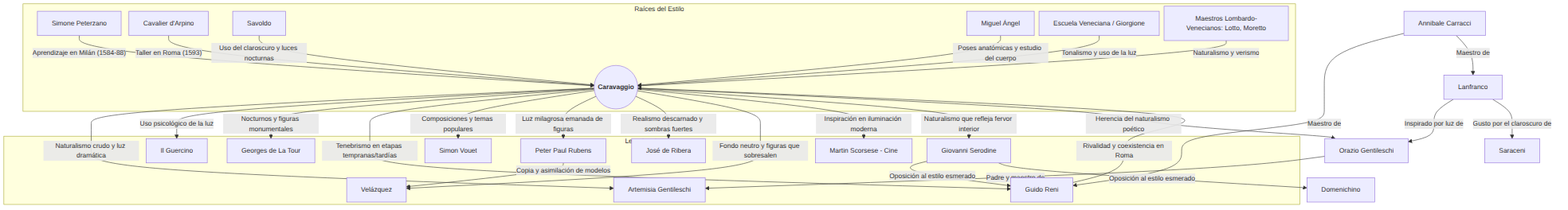
Earlier version of the Mermaid export caravaggio.png (JJ/barroco-sources). Its source is kept beside it as caravaggio.mmd.
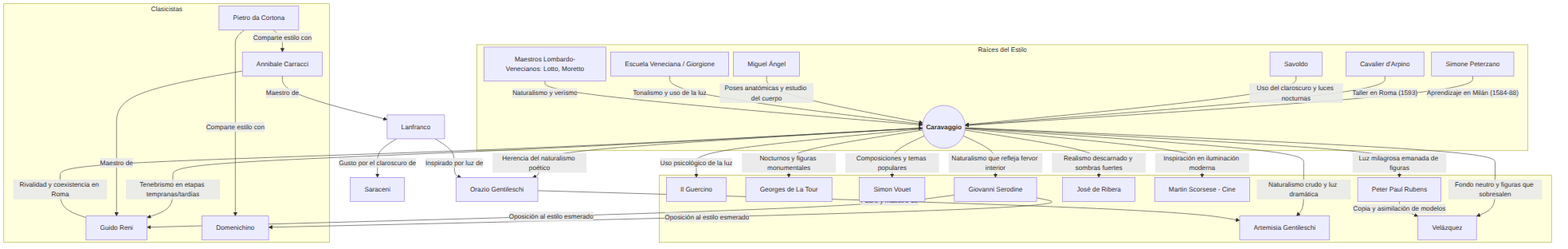
After the commit.

Commit message:
Creando subgrafo

The edit, as a diff of the source:
```diff
@@ -8,13 +8,20 @@
         N_Italia[Maestros Lombardo-Venecianos: Lotto, Moretto] -- "Naturalismo y verismo" --> C
     end
 
+    subgraph Clasicistas
+        Reni[Guido Reni]
+        Carracci[Annibale Carracci]
+        Domenichino
+        Cortona[Pietro da Cortona]
+    end
+
     C((<b>Caravaggio</b>))
 
     subgraph Caravaggistas_y_Seguidores [Legado e Impacto]
         C -- "Naturalismo crudo y luz dramática" --> Artemisia[Artemisia Gentileschi]
         C -- "Uso psicológico de la luz" --> Guercino[Il Guercino]
         C -- "Nocturnos y figuras monumentales" --> LaTour[Georges de La Tour]
-        C -- "Tenebrismo en etapas tempranas/tardías" --> Reni[Guido Reni]
+        C -- "Tenebrismo en etapas tempranas/tardías" --> Reni
         C -- "Composiciones y temas populares" --> Vouet[Simon Vouet]
         C -- "Luz milagrosa emanada de figuras" --> Rubens[Peter Paul Rubens]
         C -- "Realismo descarnado y sombras fuertes" --> Ribera[José de Ribera]
@@ -25,7 +32,7 @@
 
     Orazio[Orazio Gentileschi] -- "Padre y maestro de" --> Artemisia
     C -- "Herencia del naturalismo poético" --> Orazio
-    Carracci[Annibale Carracci] -- "Maestro de" --> Reni
+    Carracci -- "Maestro de" --> Reni
     Carracci -- "Maestro de" --> Lanfranco[Lanfranco]
     Reni -- "Rivalidad y coexistencia en Roma" --> C
     Lanfranco -- "Inspirado por luz de" --> Orazio
@@ -33,3 +40,5 @@
     Rubens -- "Copia y asimilación de modelos" --> Velazquez
     Serodine -- "Oposición al estilo esmerado" --> Reni
     Serodine -- "Oposición al estilo esmerado" --> Domenichino
+    Cortona -- "Comparte estilo con" --> Domenichino
+    Cortona -- "Comparte estilo con" --> Carracci
```
